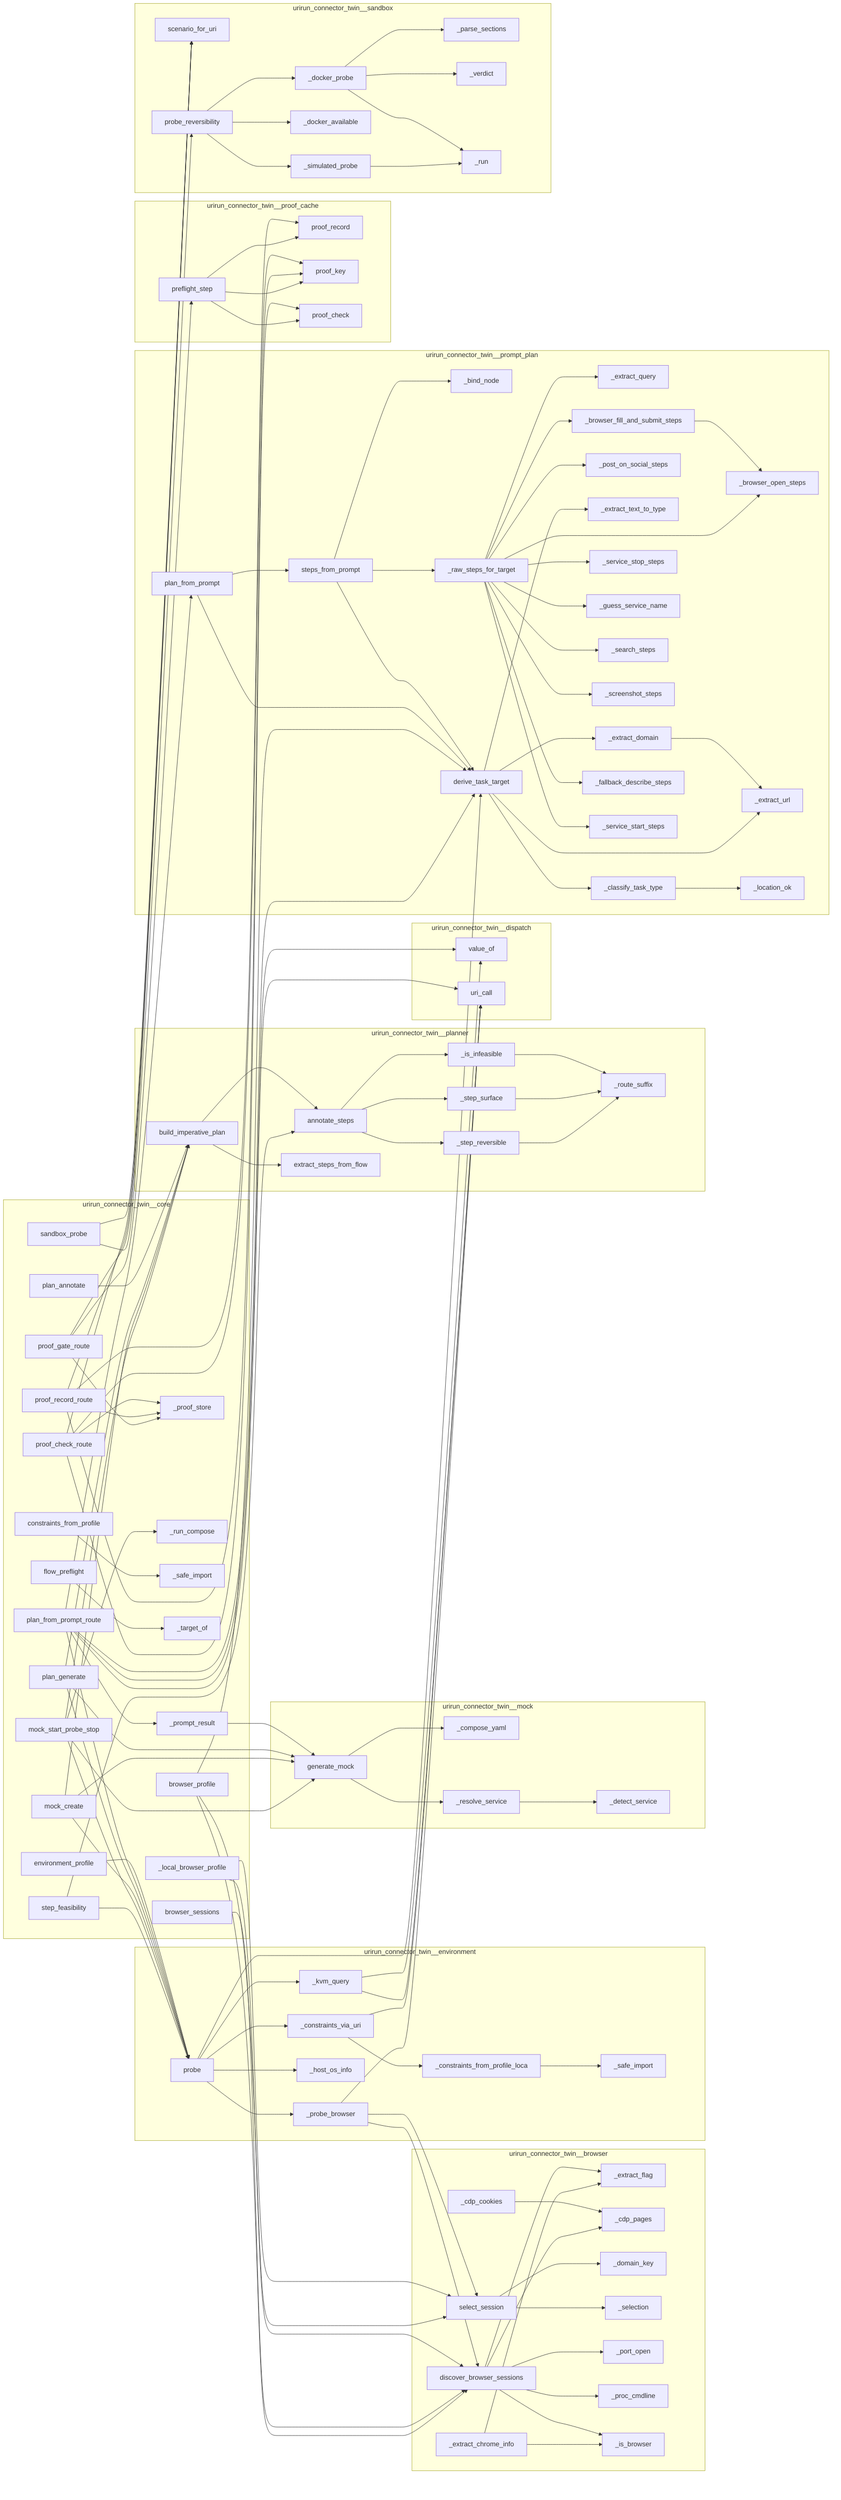
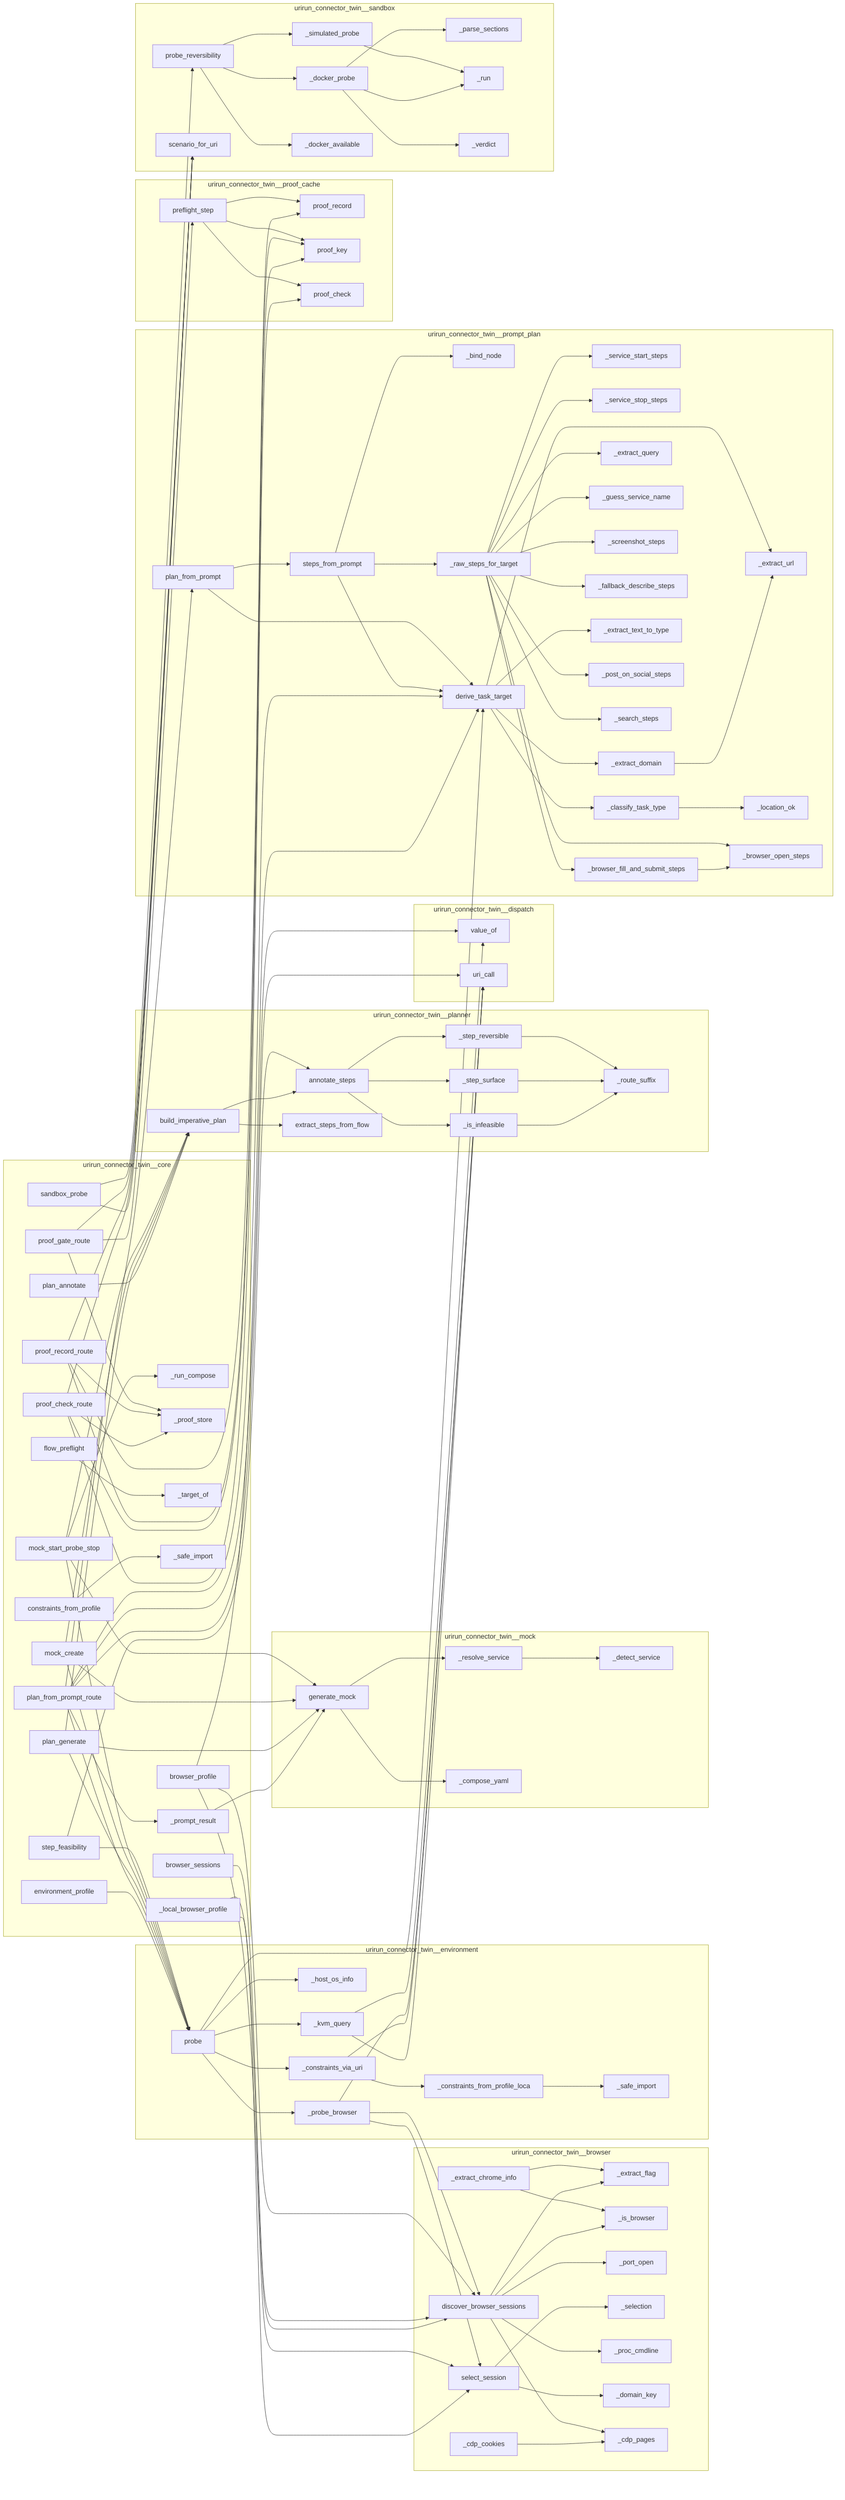
flowchart LR
%% generated in 0.00s
    subgraph urirun_connector_twin__browser
+         urirun_connector_twin__browser___extract_flag["_extract_flag"]
        urirun_connector_twin__browser__select_session["select_session"]
-         urirun_connector_twin__browser___extract_flag["_extract_flag"]
+         urirun_connector_twin__browser___is_browser["_is_browser"]
+         urirun_connector_twin__browser___port_open["_port_open"]
        urirun_connector_twin__browser___extract_chrome_info["_extract_chrome_info"]
-         urirun_connector_twin__browser___cdp_pages["_cdp_pages"]
+         urirun_connector_twin__browser___selection["_selection"]
+         urirun_connector_twin__browser__discover_browser_sessions["discover_browser_sessions"]
+         urirun_connector_twin__browser___proc_cmdline["_proc_cmdline"]
        urirun_connector_twin__browser___domain_key["_domain_key"]
        urirun_connector_twin__browser___cdp_cookies["_cdp_cookies"]
-         urirun_connector_twin__browser___selection["_selection"]
-         urirun_connector_twin__browser___port_open["_port_open"]
-         urirun_connector_twin__browser__discover_browser_sessions["discover_browser_sessions"]
-         urirun_connector_twin__browser___proc_cmdline["_proc_cmdline"]
-         urirun_connector_twin__browser___is_browser["_is_browser"]
+         urirun_connector_twin__browser___cdp_pages["_cdp_pages"]
    end
    subgraph urirun_connector_twin__core
+         urirun_connector_twin__core__plan_annotate["plan_annotate"]
+         urirun_connector_twin__core___run_compose["_run_compose"]
+         urirun_connector_twin__core___proof_store["_proof_store"]
+         urirun_connector_twin__core__proof_record_route["proof_record_route"]
+         urirun_connector_twin__core__sandbox_probe["sandbox_probe"]
+         urirun_connector_twin__core__browser_profile["browser_profile"]
+         urirun_connector_twin__core___target_of["_target_of"]
        urirun_connector_twin__core__flow_preflight["flow_preflight"]
-         urirun_connector_twin__core__browser_sessions["browser_sessions"]
-         urirun_connector_twin__core__sandbox_probe["sandbox_probe"]
-         urirun_connector_twin__core___prompt_result["_prompt_result"]
-         urirun_connector_twin__core__mock_create["mock_create"]
-         urirun_connector_twin__core__proof_check_route["proof_check_route"]
-         urirun_connector_twin__core__proof_record_route["proof_record_route"]
-         urirun_connector_twin__core___proof_store["_proof_store"]
-         urirun_connector_twin__core__environment_profile["environment_profile"]
-         urirun_connector_twin__core___run_compose["_run_compose"]
-         urirun_connector_twin__core___safe_import["_safe_import"]
-         urirun_connector_twin__core___local_browser_profile["_local_browser_profile"]
        urirun_connector_twin__core__plan_generate["plan_generate"]
-         urirun_connector_twin__core__plan_annotate["plan_annotate"]
        urirun_connector_twin__core__constraints_from_profile["constraints_from_profile"]
        urirun_connector_twin__core__plan_from_prompt_route["plan_from_prompt_route"]
+         urirun_connector_twin__core__proof_check_route["proof_check_route"]
+         urirun_connector_twin__core___local_browser_profile["_local_browser_profile"]
+         urirun_connector_twin__core__browser_sessions["browser_sessions"]
+         urirun_connector_twin__core__step_feasibility["step_feasibility"]
+         urirun_connector_twin__core__mock_create["mock_create"]
+         urirun_connector_twin__core___safe_import["_safe_import"]
+         urirun_connector_twin__core___prompt_result["_prompt_result"]
        urirun_connector_twin__core__proof_gate_route["proof_gate_route"]
-         urirun_connector_twin__core___target_of["_target_of"]
-         urirun_connector_twin__core__step_feasibility["step_feasibility"]
-         urirun_connector_twin__core__browser_profile["browser_profile"]
        urirun_connector_twin__core__mock_start_probe_stop["mock_start_probe_stop"]
+         urirun_connector_twin__core__environment_profile["environment_profile"]
    end
    subgraph urirun_connector_twin__dispatch
        urirun_connector_twin__dispatch__value_of["value_of"]
        urirun_connector_twin__dispatch__uri_call["uri_call"]
    end
    subgraph urirun_connector_twin__environment
+         urirun_connector_twin__environment___constraints_from_profile_local["_constraints_from_profile_loca"]
+         urirun_connector_twin__environment___safe_import["_safe_import"]
        urirun_connector_twin__environment___kvm_query["_kvm_query"]
-         urirun_connector_twin__environment___constraints_from_profile_local["_constraints_from_profile_loca"]
+         urirun_connector_twin__environment___host_os_info["_host_os_info"]
+         urirun_connector_twin__environment__probe["probe"]
        urirun_connector_twin__environment___constraints_via_uri["_constraints_via_uri"]
        urirun_connector_twin__environment___probe_browser["_probe_browser"]
-         urirun_connector_twin__environment__probe["probe"]
-         urirun_connector_twin__environment___host_os_info["_host_os_info"]
-         urirun_connector_twin__environment___safe_import["_safe_import"]
    end
    subgraph urirun_connector_twin__mock
+         urirun_connector_twin__mock___resolve_service["_resolve_service"]
        urirun_connector_twin__mock___detect_service["_detect_service"]
+         urirun_connector_twin__mock__generate_mock["generate_mock"]
        urirun_connector_twin__mock___compose_yaml["_compose_yaml"]
-         urirun_connector_twin__mock___resolve_service["_resolve_service"]
-         urirun_connector_twin__mock__generate_mock["generate_mock"]
    end
    subgraph urirun_connector_twin__planner
-         urirun_connector_twin__planner__build_imperative_plan["build_imperative_plan"]
+         urirun_connector_twin__planner___step_surface["_step_surface"]
        urirun_connector_twin__planner__annotate_steps["annotate_steps"]
-         urirun_connector_twin__planner__extract_steps_from_flow["extract_steps_from_flow"]
-         urirun_connector_twin__planner___step_surface["_step_surface"]
+         urirun_connector_twin__planner___route_suffix["_route_suffix"]
        urirun_connector_twin__planner___step_reversible["_step_reversible"]
        urirun_connector_twin__planner___is_infeasible["_is_infeasible"]
-         urirun_connector_twin__planner___route_suffix["_route_suffix"]
+         urirun_connector_twin__planner__build_imperative_plan["build_imperative_plan"]
+         urirun_connector_twin__planner__extract_steps_from_flow["extract_steps_from_flow"]
    end
    subgraph urirun_connector_twin__prompt_plan
+         urirun_connector_twin__prompt_plan___extract_url["_extract_url"]
+         urirun_connector_twin__prompt_plan___service_start_steps["_service_start_steps"]
+         urirun_connector_twin__prompt_plan___service_stop_steps["_service_stop_steps"]
+         urirun_connector_twin__prompt_plan___browser_fill_and_submit_steps["_browser_fill_and_submit_steps"]
+         urirun_connector_twin__prompt_plan___extract_query["_extract_query"]
+         urirun_connector_twin__prompt_plan___guess_service_name["_guess_service_name"]
+         urirun_connector_twin__prompt_plan___screenshot_steps["_screenshot_steps"]
        urirun_connector_twin__prompt_plan__steps_from_prompt["steps_from_prompt"]
-         urirun_connector_twin__prompt_plan___extract_query["_extract_query"]
-         urirun_connector_twin__prompt_plan___classify_task_type["_classify_task_type"]
+         urirun_connector_twin__prompt_plan___bind_node["_bind_node"]
+         urirun_connector_twin__prompt_plan___raw_steps_for_target["_raw_steps_for_target"]
+         urirun_connector_twin__prompt_plan___fallback_describe_steps["_fallback_describe_steps"]
+         urirun_connector_twin__prompt_plan___extract_text_to_type["_extract_text_to_type"]
        urirun_connector_twin__prompt_plan__plan_from_prompt["plan_from_prompt"]
        urirun_connector_twin__prompt_plan___post_on_social_steps["_post_on_social_steps"]
-         urirun_connector_twin__prompt_plan___extract_text_to_type["_extract_text_to_type"]
+         urirun_connector_twin__prompt_plan___location_ok["_location_ok"]
+         urirun_connector_twin__prompt_plan___search_steps["_search_steps"]
+         urirun_connector_twin__prompt_plan___classify_task_type["_classify_task_type"]
+         urirun_connector_twin__prompt_plan__derive_task_target["derive_task_target"]
+         urirun_connector_twin__prompt_plan___browser_open_steps["_browser_open_steps"]
        urirun_connector_twin__prompt_plan___extract_domain["_extract_domain"]
-         urirun_connector_twin__prompt_plan___bind_node["_bind_node"]
-         urirun_connector_twin__prompt_plan___browser_open_steps["_browser_open_steps"]
-         urirun_connector_twin__prompt_plan__derive_task_target["derive_task_target"]
-         urirun_connector_twin__prompt_plan___service_stop_steps["_service_stop_steps"]
-         urirun_connector_twin__prompt_plan___extract_url["_extract_url"]
-         urirun_connector_twin__prompt_plan___guess_service_name["_guess_service_name"]
-         urirun_connector_twin__prompt_plan___search_steps["_search_steps"]
-         urirun_connector_twin__prompt_plan___screenshot_steps["_screenshot_steps"]
-         urirun_connector_twin__prompt_plan___raw_steps_for_target["_raw_steps_for_target"]
-         urirun_connector_twin__prompt_plan___browser_fill_and_submit_steps["_browser_fill_and_submit_steps"]
-         urirun_connector_twin__prompt_plan___location_ok["_location_ok"]
-         urirun_connector_twin__prompt_plan___fallback_describe_steps["_fallback_describe_steps"]
-         urirun_connector_twin__prompt_plan___service_start_steps["_service_start_steps"]
    end
    subgraph urirun_connector_twin__proof_cache
-         urirun_connector_twin__proof_cache__preflight_step["preflight_step"]
        urirun_connector_twin__proof_cache__proof_record["proof_record"]
        urirun_connector_twin__proof_cache__proof_key["proof_key"]
+         urirun_connector_twin__proof_cache__preflight_step["preflight_step"]
        urirun_connector_twin__proof_cache__proof_check["proof_check"]
    end
    subgraph urirun_connector_twin__sandbox
+         urirun_connector_twin__sandbox___parse_sections["_parse_sections"]
+         urirun_connector_twin__sandbox___simulated_probe["_simulated_probe"]
+         urirun_connector_twin__sandbox__probe_reversibility["probe_reversibility"]
        urirun_connector_twin__sandbox___docker_probe["_docker_probe"]
-         urirun_connector_twin__sandbox___parse_sections["_parse_sections"]
+         urirun_connector_twin__sandbox___docker_available["_docker_available"]
+         urirun_connector_twin__sandbox___run["_run"]
+         urirun_connector_twin__sandbox___verdict["_verdict"]
        urirun_connector_twin__sandbox__scenario_for_uri["scenario_for_uri"]
-         urirun_connector_twin__sandbox___verdict["_verdict"]
-         urirun_connector_twin__sandbox___docker_available["_docker_available"]
-         urirun_connector_twin__sandbox__probe_reversibility["probe_reversibility"]
-         urirun_connector_twin__sandbox___simulated_probe["_simulated_probe"]
-         urirun_connector_twin__sandbox___run["_run"]
    end
    urirun_connector_twin__sandbox___docker_probe --> urirun_connector_twin__sandbox___run
    urirun_connector_twin__sandbox___docker_probe --> urirun_connector_twin__sandbox___parse_sections
    urirun_connector_twin__sandbox___docker_probe --> urirun_connector_twin__sandbox___verdict
    urirun_connector_twin__sandbox___simulated_probe --> urirun_connector_twin__sandbox___run
    urirun_connector_twin__sandbox__probe_reversibility --> urirun_connector_twin__sandbox___docker_available
    urirun_connector_twin__sandbox__probe_reversibility --> urirun_connector_twin__sandbox___docker_probe
    urirun_connector_twin__sandbox__probe_reversibility --> urirun_connector_twin__sandbox___simulated_probe
    urirun_connector_twin__mock___resolve_service --> urirun_connector_twin__mock___detect_service
    urirun_connector_twin__mock__generate_mock --> urirun_connector_twin__mock___resolve_service
    urirun_connector_twin__mock__generate_mock --> urirun_connector_twin__mock___compose_yaml
    urirun_connector_twin__browser___cdp_cookies --> urirun_connector_twin__browser___cdp_pages
    urirun_connector_twin__browser__discover_browser_sessions --> urirun_connector_twin__browser___proc_cmdline
    urirun_connector_twin__browser__discover_browser_sessions --> urirun_connector_twin__browser___extract_flag
    urirun_connector_twin__browser__discover_browser_sessions --> urirun_connector_twin__browser___port_open
    urirun_connector_twin__browser__discover_browser_sessions --> urirun_connector_twin__browser___is_browser
    urirun_connector_twin__browser__discover_browser_sessions --> urirun_connector_twin__browser___cdp_pages
    urirun_connector_twin__browser__select_session --> urirun_connector_twin__browser___domain_key
    urirun_connector_twin__browser__select_session --> urirun_connector_twin__browser___selection
    urirun_connector_twin__browser___extract_chrome_info --> urirun_connector_twin__browser___extract_flag
    urirun_connector_twin__browser___extract_chrome_info --> urirun_connector_twin__browser___is_browser
    urirun_connector_twin__planner___is_infeasible --> urirun_connector_twin__planner___route_suffix
    urirun_connector_twin__planner___step_surface --> urirun_connector_twin__planner___route_suffix
    urirun_connector_twin__planner___step_reversible --> urirun_connector_twin__planner___route_suffix
    urirun_connector_twin__planner__annotate_steps --> urirun_connector_twin__planner___is_infeasible
    urirun_connector_twin__planner__annotate_steps --> urirun_connector_twin__planner___step_reversible
    urirun_connector_twin__planner__annotate_steps --> urirun_connector_twin__planner___step_surface
    urirun_connector_twin__planner__build_imperative_plan --> urirun_connector_twin__planner__extract_steps_from_flow
    urirun_connector_twin__planner__build_imperative_plan --> urirun_connector_twin__planner__annotate_steps
-     urirun_connector_twin__prompt_plan___extract_domain --> urirun_connector_twin__prompt_plan___extract_url
-     urirun_connector_twin__prompt_plan___browser_fill_and_submit_steps --> urirun_connector_twin__prompt_plan___browser_open_steps
-     urirun_connector_twin__prompt_plan___classify_task_type --> urirun_connector_twin__prompt_plan___location_ok
-     urirun_connector_twin__prompt_plan__derive_task_target --> urirun_connector_twin__prompt_plan___extract_domain
-     urirun_connector_twin__prompt_plan__derive_task_target --> urirun_connector_twin__prompt_plan___extract_url
-     urirun_connector_twin__prompt_plan__derive_task_target --> urirun_connector_twin__prompt_plan___extract_text_to_type
-     urirun_connector_twin__prompt_plan__derive_task_target --> urirun_connector_twin__prompt_plan___classify_task_type
-     urirun_connector_twin__prompt_plan___raw_steps_for_target --> urirun_connector_twin__prompt_plan___fallback_describe_steps
-     urirun_connector_twin__prompt_plan___raw_steps_for_target --> urirun_connector_twin__prompt_plan___post_on_social_steps
-     urirun_connector_twin__prompt_plan___raw_steps_for_target --> urirun_connector_twin__prompt_plan___search_steps
-     urirun_connector_twin__prompt_plan___raw_steps_for_target --> urirun_connector_twin__prompt_plan___browser_fill_and_submit_steps
-     urirun_connector_twin__prompt_plan___raw_steps_for_target --> urirun_connector_twin__prompt_plan___browser_open_steps
-     urirun_connector_twin__prompt_plan___raw_steps_for_target --> urirun_connector_twin__prompt_plan___screenshot_steps
-     urirun_connector_twin__prompt_plan___raw_steps_for_target --> urirun_connector_twin__prompt_plan___service_start_steps
-     urirun_connector_twin__prompt_plan___raw_steps_for_target --> urirun_connector_twin__prompt_plan___service_stop_steps
-     urirun_connector_twin__prompt_plan___raw_steps_for_target --> urirun_connector_twin__prompt_plan___extract_query
-     urirun_connector_twin__prompt_plan___raw_steps_for_target --> urirun_connector_twin__prompt_plan___guess_service_name
-     urirun_connector_twin__prompt_plan__steps_from_prompt --> urirun_connector_twin__prompt_plan___bind_node
-     urirun_connector_twin__prompt_plan__steps_from_prompt --> urirun_connector_twin__prompt_plan___raw_steps_for_target
-     urirun_connector_twin__prompt_plan__steps_from_prompt --> urirun_connector_twin__prompt_plan__derive_task_target
-     urirun_connector_twin__prompt_plan__plan_from_prompt --> urirun_connector_twin__prompt_plan__derive_task_target
-     urirun_connector_twin__prompt_plan__plan_from_prompt --> urirun_connector_twin__prompt_plan__steps_from_prompt
    urirun_connector_twin__core___local_browser_profile --> urirun_connector_twin__browser__discover_browser_sessions
    urirun_connector_twin__core___local_browser_profile --> urirun_connector_twin__browser__select_session
    urirun_connector_twin__core___prompt_result --> urirun_connector_twin__mock__generate_mock
    urirun_connector_twin__core__environment_profile --> urirun_connector_twin__environment__probe
    urirun_connector_twin__core__constraints_from_profile --> urirun_connector_twin__core___safe_import
    urirun_connector_twin__core__browser_sessions --> urirun_connector_twin__browser__discover_browser_sessions
    urirun_connector_twin__core__browser_profile --> urirun_connector_twin__browser__discover_browser_sessions
    urirun_connector_twin__core__browser_profile --> urirun_connector_twin__browser__select_session
    urirun_connector_twin__core__browser_profile --> urirun_connector_twin__prompt_plan__derive_task_target
    urirun_connector_twin__core__plan_from_prompt_route --> urirun_connector_twin__prompt_plan__derive_task_target
    urirun_connector_twin__core__plan_from_prompt_route --> urirun_connector_twin__prompt_plan__plan_from_prompt
    urirun_connector_twin__core__plan_from_prompt_route --> urirun_connector_twin__dispatch__uri_call
    urirun_connector_twin__core__plan_from_prompt_route --> urirun_connector_twin__core___prompt_result
    urirun_connector_twin__core__plan_from_prompt_route --> urirun_connector_twin__dispatch__value_of
    urirun_connector_twin__core__plan_from_prompt_route --> urirun_connector_twin__environment__probe
    urirun_connector_twin__core__plan_annotate --> urirun_connector_twin__planner__build_imperative_plan
    urirun_connector_twin__core__plan_generate --> urirun_connector_twin__environment__probe
    urirun_connector_twin__core__plan_generate --> urirun_connector_twin__planner__build_imperative_plan
    urirun_connector_twin__core__plan_generate --> urirun_connector_twin__mock__generate_mock
    urirun_connector_twin__core__mock_create --> urirun_connector_twin__environment__probe
    urirun_connector_twin__core__mock_create --> urirun_connector_twin__planner__build_imperative_plan
    urirun_connector_twin__core__mock_create --> urirun_connector_twin__mock__generate_mock
    urirun_connector_twin__core__mock_start_probe_stop --> urirun_connector_twin__environment__probe
    urirun_connector_twin__core__mock_start_probe_stop --> urirun_connector_twin__planner__build_imperative_plan
    urirun_connector_twin__core__mock_start_probe_stop --> urirun_connector_twin__mock__generate_mock
    urirun_connector_twin__core__mock_start_probe_stop --> urirun_connector_twin__core___run_compose
    urirun_connector_twin__core__step_feasibility --> urirun_connector_twin__environment__probe
    urirun_connector_twin__core__step_feasibility --> urirun_connector_twin__planner__annotate_steps
    urirun_connector_twin__core__sandbox_probe --> urirun_connector_twin__sandbox__probe_reversibility
    urirun_connector_twin__core__sandbox_probe --> urirun_connector_twin__sandbox__scenario_for_uri
    urirun_connector_twin__core__proof_check_route --> urirun_connector_twin__proof_cache__proof_key
    urirun_connector_twin__core__proof_check_route --> urirun_connector_twin__proof_cache__proof_check
    urirun_connector_twin__core__proof_check_route --> urirun_connector_twin__sandbox__scenario_for_uri
    urirun_connector_twin__core__proof_check_route --> urirun_connector_twin__core___proof_store
    urirun_connector_twin__core__proof_record_route --> urirun_connector_twin__sandbox__scenario_for_uri
    urirun_connector_twin__core__proof_record_route --> urirun_connector_twin__proof_cache__proof_key
    urirun_connector_twin__core__proof_record_route --> urirun_connector_twin__proof_cache__proof_record
    urirun_connector_twin__core__proof_record_route --> urirun_connector_twin__core___proof_store
    urirun_connector_twin__core__proof_gate_route --> urirun_connector_twin__proof_cache__preflight_step
    urirun_connector_twin__core__proof_gate_route --> urirun_connector_twin__sandbox__scenario_for_uri
    urirun_connector_twin__core__proof_gate_route --> urirun_connector_twin__core___proof_store
    urirun_connector_twin__core__flow_preflight --> urirun_connector_twin__core___target_of
    urirun_connector_twin__environment___kvm_query --> urirun_connector_twin__dispatch__uri_call
    urirun_connector_twin__environment___kvm_query --> urirun_connector_twin__dispatch__value_of
    urirun_connector_twin__environment___constraints_from_profile_local --> urirun_connector_twin__environment___safe_import
    urirun_connector_twin__environment___constraints_via_uri --> urirun_connector_twin__dispatch__uri_call
    urirun_connector_twin__environment___constraints_via_uri --> urirun_connector_twin__environment___constraints_from_profile_local
    urirun_connector_twin__environment___probe_browser --> urirun_connector_twin__dispatch__uri_call
    urirun_connector_twin__environment___probe_browser --> urirun_connector_twin__browser__select_session
    urirun_connector_twin__environment___probe_browser --> urirun_connector_twin__browser__discover_browser_sessions
    urirun_connector_twin__environment__probe --> urirun_connector_twin__environment___host_os_info
    urirun_connector_twin__environment__probe --> urirun_connector_twin__environment___constraints_via_uri
    urirun_connector_twin__environment__probe --> urirun_connector_twin__environment___probe_browser
    urirun_connector_twin__environment__probe --> urirun_connector_twin__environment___kvm_query
    urirun_connector_twin__environment__probe --> urirun_connector_twin__prompt_plan__derive_task_target
    urirun_connector_twin__proof_cache__preflight_step --> urirun_connector_twin__proof_cache__proof_key
    urirun_connector_twin__proof_cache__preflight_step --> urirun_connector_twin__proof_cache__proof_check
    urirun_connector_twin__proof_cache__preflight_step --> urirun_connector_twin__proof_cache__proof_record
+     urirun_connector_twin__prompt_plan___extract_domain --> urirun_connector_twin__prompt_plan___extract_url
+     urirun_connector_twin__prompt_plan___browser_fill_and_submit_steps --> urirun_connector_twin__prompt_plan___browser_open_steps
+     urirun_connector_twin__prompt_plan___classify_task_type --> urirun_connector_twin__prompt_plan___location_ok
+     urirun_connector_twin__prompt_plan__derive_task_target --> urirun_connector_twin__prompt_plan___extract_domain
+     urirun_connector_twin__prompt_plan__derive_task_target --> urirun_connector_twin__prompt_plan___extract_url
+     urirun_connector_twin__prompt_plan__derive_task_target --> urirun_connector_twin__prompt_plan___extract_text_to_type
+     urirun_connector_twin__prompt_plan__derive_task_target --> urirun_connector_twin__prompt_plan___classify_task_type
+     urirun_connector_twin__prompt_plan___raw_steps_for_target --> urirun_connector_twin__prompt_plan___fallback_describe_steps
+     urirun_connector_twin__prompt_plan___raw_steps_for_target --> urirun_connector_twin__prompt_plan___post_on_social_steps
+     urirun_connector_twin__prompt_plan___raw_steps_for_target --> urirun_connector_twin__prompt_plan___search_steps
+     urirun_connector_twin__prompt_plan___raw_steps_for_target --> urirun_connector_twin__prompt_plan___browser_fill_and_submit_steps
+     urirun_connector_twin__prompt_plan___raw_steps_for_target --> urirun_connector_twin__prompt_plan___browser_open_steps
+     urirun_connector_twin__prompt_plan___raw_steps_for_target --> urirun_connector_twin__prompt_plan___screenshot_steps
+     urirun_connector_twin__prompt_plan___raw_steps_for_target --> urirun_connector_twin__prompt_plan___service_start_steps
+     urirun_connector_twin__prompt_plan___raw_steps_for_target --> urirun_connector_twin__prompt_plan___service_stop_steps
+     urirun_connector_twin__prompt_plan___raw_steps_for_target --> urirun_connector_twin__prompt_plan___extract_query
+     urirun_connector_twin__prompt_plan___raw_steps_for_target --> urirun_connector_twin__prompt_plan___guess_service_name
+     urirun_connector_twin__prompt_plan__steps_from_prompt --> urirun_connector_twin__prompt_plan___bind_node
+     urirun_connector_twin__prompt_plan__steps_from_prompt --> urirun_connector_twin__prompt_plan___raw_steps_for_target
+     urirun_connector_twin__prompt_plan__steps_from_prompt --> urirun_connector_twin__prompt_plan__derive_task_target
+     urirun_connector_twin__prompt_plan__plan_from_prompt --> urirun_connector_twin__prompt_plan__derive_task_target
+     urirun_connector_twin__prompt_plan__plan_from_prompt --> urirun_connector_twin__prompt_plan__steps_from_prompt
